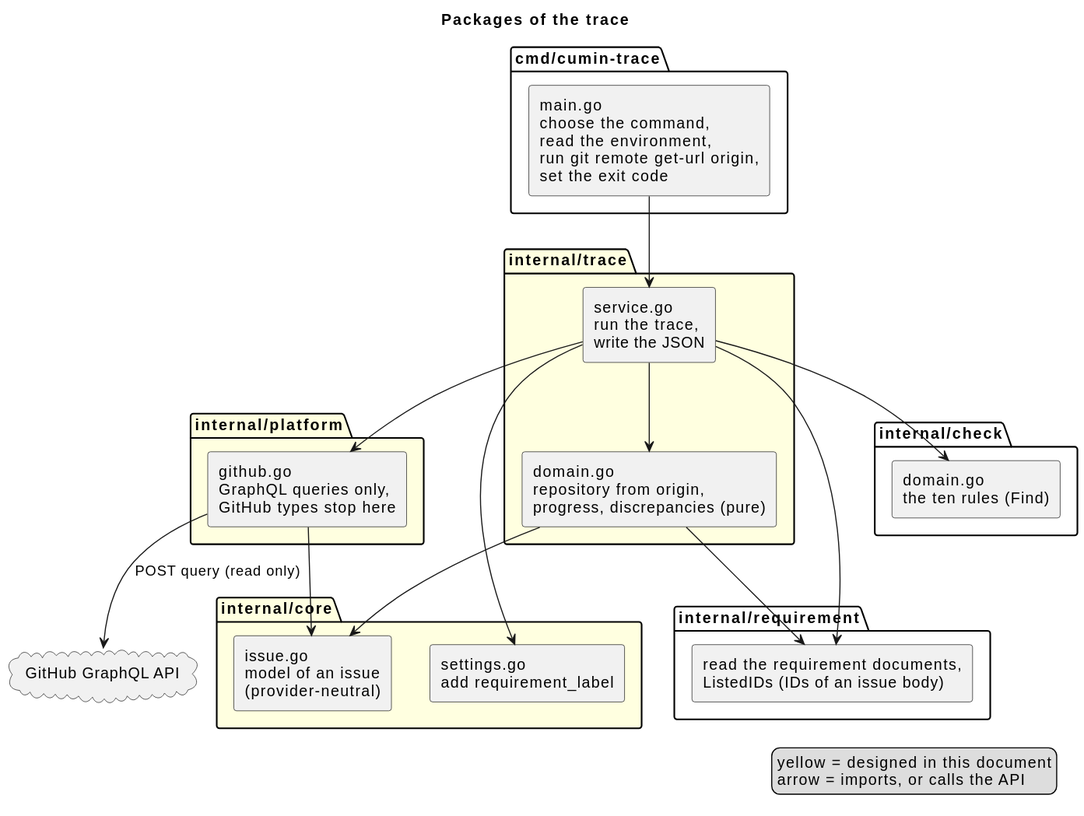
cloveclovedev/cumin-trace keeps this PlantUML diagram as docs/ja/designs/trace/trace-packages.svg. Above is the earlier version. The source it was exported from:
```plantuml
@startuml
title Packages of the trace
skinparam shadowing false
skinparam componentStyle rectangle

package "cmd/cumin-trace" {
  [main.go\nchoose the command,\nread the environment,\nrun git remote get-url origin,\nset the exit code] as main
}

package "internal/trace" #LightYellow {
  [service.go\nrun the trace,\nwrite the JSON] as service
  [domain.go\nrepository from origin,\nprogress, discrepancies (pure)] as rules
}

package "internal/platform" #LightYellow {
  [github.go\nGraphQL queries only,\nGitHub types stop here] as github
}

package "internal/core" #LightYellow {
  [issue.go\nmodel of an issue\n(provider-neutral)] as issue
  [settings.go\nadd requirement_label] as settings
}

package "internal/check" {
  [domain.go\nthe ten rules (Find)] as check
}

package "internal/requirement" {
  [read the requirement documents,\nListedIDs (IDs of an issue body)] as requirement
}

cloud "GitHub GraphQL API" as api

main --> service
service --> settings
service --> requirement
service --> check
service --> rules
service --> github
rules --> issue
rules --> requirement
github --> issue
github --> api : POST query (read only)

legend right
  yellow = designed in this document
  arrow = imports, or calls the API
endlegend
@enduml
```
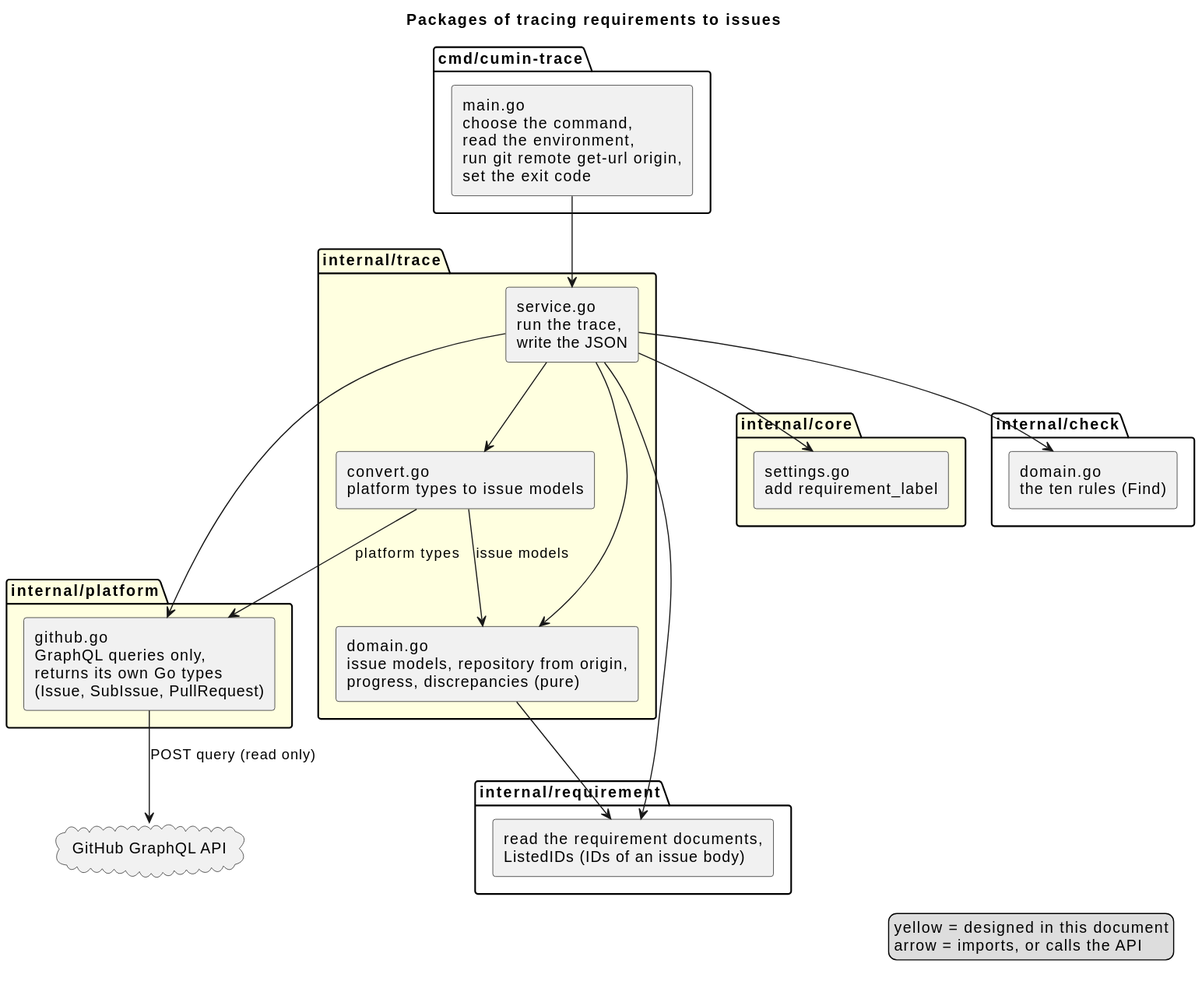
Later version of the same file.

Diff of the diagram source:
```diff
@@ -1,5 +1,5 @@
 @startuml
-title Packages of the trace
+title Packages of tracing requirements to issues
 skinparam shadowing false
 skinparam componentStyle rectangle
 
@@ -9,15 +9,15 @@
 
 package "internal/trace" #LightYellow {
   [service.go\nrun the trace,\nwrite the JSON] as service
-  [domain.go\nrepository from origin,\nprogress, discrepancies (pure)] as rules
+  [domain.go\nissue models, repository from origin,\nprogress, discrepancies (pure)] as rules
+  [convert.go\nplatform types to issue models] as convert
 }
 
 package "internal/platform" #LightYellow {
-  [github.go\nGraphQL queries only,\nGitHub types stop here] as github
+  [github.go\nGraphQL queries only,\nreturns its own Go types\n(Issue, SubIssue, PullRequest)] as github
 }
 
 package "internal/core" #LightYellow {
-  [issue.go\nmodel of an issue\n(provider-neutral)] as issue
   [settings.go\nadd requirement_label] as settings
 }
 
@@ -37,9 +37,10 @@
 service --> check
 service --> rules
 service --> github
-rules --> issue
+service --> convert
+convert --> github : platform types
+convert --> rules : issue models
 rules --> requirement
-github --> issue
 github --> api : POST query (read only)
 
 legend right
```
